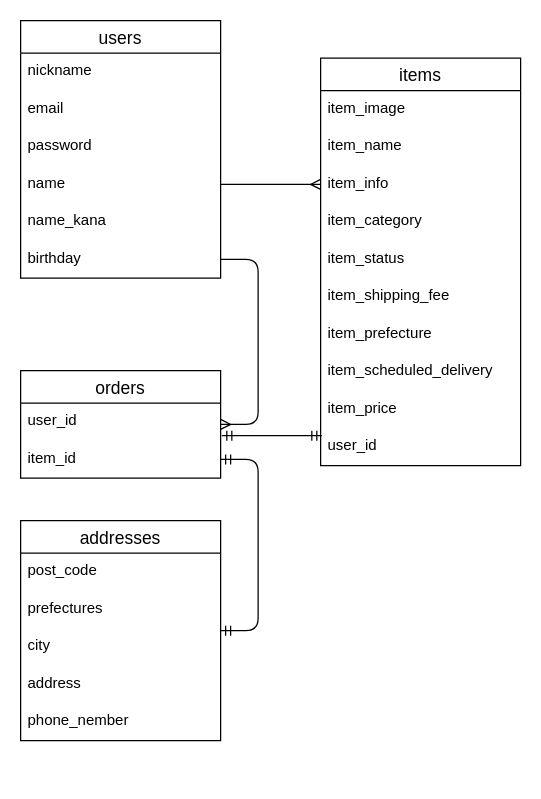
pipipik/furima-32873 keeps this draw.io diagram as test.dio. Above is the earlier version. Source tidied: cells renumbered, new cells numbered last; positions are measured from the earlier drawing's top-left corner, leaving out a move shared by most shapes. Both pictures are drawn from the tidied source at 125%, with x=0, y=0 at pixel (20, 20).
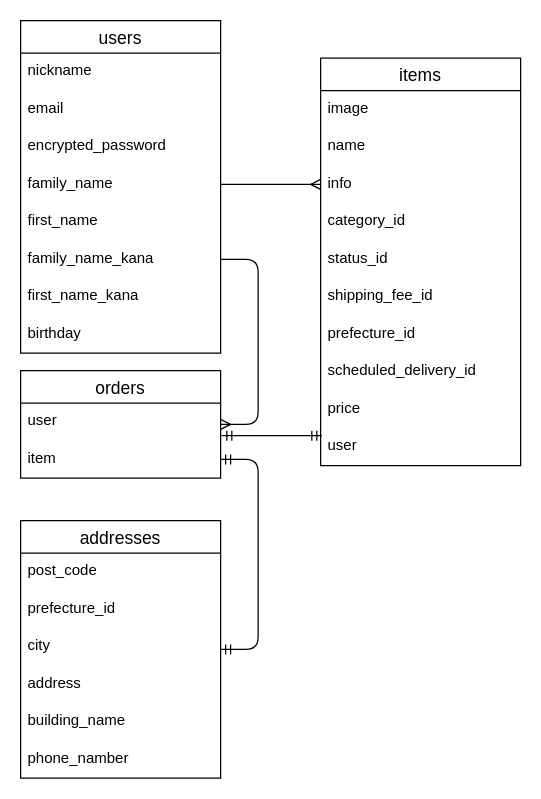
After the change.

Unchanged cells that the change refers to:
```xml
<mxCell id="9" value="items" style="swimlane;fontStyle=0;horizontal=1;startSize=26;align=center;fontSize=14;" parent="1" vertex="1">
  <mxGeometry x="240" y="30" width="160" height="326" as="geometry" />
</mxCell>
<mxCell id="20" value="orders" style="swimlane;fontStyle=0;horizontal=1;startSize=26;align=center;fontSize=14;" parent="1" vertex="1">
  <mxGeometry y="280" width="160" height="86" as="geometry" />
</mxCell>
```

Change to the diagram source:
```diff
@@
     <mxCell id="2" value="users" style="swimlane;fontStyle=0;horizontal=1;startSize=26;align=center;fontSize=14;" parent="1" vertex="1">
-      <mxGeometry width="160" height="206" as="geometry" />
+      <mxGeometry width="160" height="266" as="geometry" />
     </mxCell>
@@
-    <mxCell id="5" value="password" style="text;strokeColor=none;fillColor=none;spacingLeft=4;spacingRight=4;overflow=hidden;fontSize=12;" parent="2" vertex="1">
+    <mxCell id="5" value="encrypted_password" style="text;strokeColor=none;fillColor=none;spacingLeft=4;spacingRight=4;overflow=hidden;fontSize=12;" parent="2" vertex="1">
       <mxGeometry y="86" width="160" height="30" as="geometry" />
     </mxCell>
-    <mxCell id="6" value="name" style="text;strokeColor=none;fillColor=none;spacingLeft=4;spacingRight=4;overflow=hidden;points=[[0,0.5],[1,0.5]];portConstraint=eastwest;fontSize=12;" parent="2" vertex="1">
+    <mxCell id="6" value="family_name" style="text;strokeColor=none;fillColor=none;spacingLeft=4;spacingRight=4;overflow=hidden;points=[[0,0.5],[1,0.5]];portConstraint=eastwest;fontSize=12;" parent="2" vertex="1">
       <mxGeometry y="116" width="160" height="30" as="geometry" />
     </mxCell>
-    <mxCell id="7" value="name_kana" style="text;strokeColor=none;fillColor=none;spacingLeft=4;spacingRight=4;overflow=hidden;fontSize=12;" parent="2" vertex="1">
+    <mxCell id="7" value="first_name" style="text;strokeColor=none;fillColor=none;spacingLeft=4;spacingRight=4;overflow=hidden;fontSize=12;" parent="2" vertex="1">
       <mxGeometry y="146" width="160" height="30" as="geometry" />
     </mxCell>
-    <mxCell id="8" value="birthday" style="text;strokeColor=none;fillColor=none;spacingLeft=4;spacingRight=4;overflow=hidden;points=[[0,0.5],[1,0.5]];portConstraint=eastwest;fontSize=12;" parent="2" vertex="1">
+    <mxCell id="8" value="family_name_kana" style="text;strokeColor=none;fillColor=none;spacingLeft=4;spacingRight=4;overflow=hidden;points=[[0,0.5],[1,0.5]];portConstraint=eastwest;fontSize=12;" parent="2" vertex="1">
       <mxGeometry y="176" width="160" height="30" as="geometry" />
     </mxCell>
+    <mxCell id="33" value="first_name_kana" style="text;strokeColor=none;fillColor=none;spacingLeft=4;spacingRight=4;overflow=hidden;fontSize=12;" parent="2" vertex="1">
+      <mxGeometry y="206" width="160" height="30" as="geometry" />
+    </mxCell>
+    <mxCell id="34" value="birthday" style="text;strokeColor=none;fillColor=none;spacingLeft=4;spacingRight=4;overflow=hidden;fontSize=12;" parent="2" vertex="1">
+      <mxGeometry y="236" width="160" height="30" as="geometry" />
+    </mxCell>
@@
-    <mxCell id="10" value="item_image" style="text;strokeColor=none;fillColor=none;spacingLeft=4;spacingRight=4;overflow=hidden;fontSize=12;" parent="9" vertex="1">
+    <mxCell id="10" value="image" style="text;strokeColor=none;fillColor=none;spacingLeft=4;spacingRight=4;overflow=hidden;fontSize=12;" parent="9" vertex="1">
       <mxGeometry y="26" width="160" height="30" as="geometry" />
     </mxCell>
-    <mxCell id="11" value="item_name" style="text;strokeColor=none;fillColor=none;spacingLeft=4;spacingRight=4;overflow=hidden;fontSize=12;" parent="9" vertex="1">
+    <mxCell id="11" value="name" style="text;strokeColor=none;fillColor=none;spacingLeft=4;spacingRight=4;overflow=hidden;fontSize=12;" parent="9" vertex="1">
       <mxGeometry y="56" width="160" height="30" as="geometry" />
     </mxCell>
-    <mxCell id="12" value="item_info" style="text;strokeColor=none;fillColor=none;spacingLeft=4;spacingRight=4;overflow=hidden;points=[[0,0.5],[1,0.5]];portConstraint=eastwest;fontSize=12;" parent="9" vertex="1">
+    <mxCell id="12" value="info" style="text;strokeColor=none;fillColor=none;spacingLeft=4;spacingRight=4;overflow=hidden;points=[[0,0.5],[1,0.5]];portConstraint=eastwest;fontSize=12;" parent="9" vertex="1">
       <mxGeometry y="86" width="160" height="30" as="geometry" />
     </mxCell>
-    <mxCell id="13" value="item_category" style="text;strokeColor=none;fillColor=none;spacingLeft=4;spacingRight=4;overflow=hidden;fontSize=12;" parent="9" vertex="1">
+    <mxCell id="13" value="category_id" style="text;strokeColor=none;fillColor=none;spacingLeft=4;spacingRight=4;overflow=hidden;fontSize=12;" parent="9" vertex="1">
       <mxGeometry y="116" width="160" height="30" as="geometry" />
     </mxCell>
-    <mxCell id="14" value="item_status" style="text;strokeColor=none;fillColor=none;spacingLeft=4;spacingRight=4;overflow=hidden;fontSize=12;" parent="9" vertex="1">
+    <mxCell id="14" value="status_id" style="text;strokeColor=none;fillColor=none;spacingLeft=4;spacingRight=4;overflow=hidden;fontSize=12;" parent="9" vertex="1">
       <mxGeometry y="146" width="160" height="30" as="geometry" />
     </mxCell>
-    <mxCell id="15" value="item_shipping_fee" style="text;strokeColor=none;fillColor=none;spacingLeft=4;spacingRight=4;overflow=hidden;fontSize=12;" parent="9" vertex="1">
+    <mxCell id="15" value="shipping_fee_id" style="text;strokeColor=none;fillColor=none;spacingLeft=4;spacingRight=4;overflow=hidden;fontSize=12;" parent="9" vertex="1">
       <mxGeometry y="176" width="160" height="30" as="geometry" />
     </mxCell>
-    <mxCell id="16" value="item_prefecture" style="text;strokeColor=none;fillColor=none;spacingLeft=4;spacingRight=4;overflow=hidden;fontSize=12;" parent="9" vertex="1">
+    <mxCell id="16" value="prefecture_id" style="text;strokeColor=none;fillColor=none;spacingLeft=4;spacingRight=4;overflow=hidden;fontSize=12;" parent="9" vertex="1">
       <mxGeometry y="206" width="160" height="30" as="geometry" />
     </mxCell>
-    <mxCell id="17" value="item_scheduled_delivery" style="text;strokeColor=none;fillColor=none;spacingLeft=4;spacingRight=4;overflow=hidden;fontSize=12;" parent="9" vertex="1">
+    <mxCell id="17" value="scheduled_delivery_id" style="text;strokeColor=none;fillColor=none;spacingLeft=4;spacingRight=4;overflow=hidden;fontSize=12;" parent="9" vertex="1">
       <mxGeometry y="236" width="160" height="30" as="geometry" />
     </mxCell>
-    <mxCell id="18" value="item_price" style="text;strokeColor=none;fillColor=none;spacingLeft=4;spacingRight=4;overflow=hidden;fontSize=12;" parent="9" vertex="1">
+    <mxCell id="18" value="price" style="text;strokeColor=none;fillColor=none;spacingLeft=4;spacingRight=4;overflow=hidden;fontSize=12;" parent="9" vertex="1">
       <mxGeometry y="266" width="160" height="30" as="geometry" />
     </mxCell>
-    <mxCell id="19" value="user_id" style="text;strokeColor=none;fillColor=none;spacingLeft=4;spacingRight=4;overflow=hidden;points=[[0,0.5],[1,0.5]];portConstraint=eastwest;fontSize=12;" parent="9" vertex="1">
+    <mxCell id="19" value="user" style="text;strokeColor=none;fillColor=none;spacingLeft=4;spacingRight=4;overflow=hidden;points=[[0,0.5],[1,0.5]];portConstraint=eastwest;fontSize=12;" parent="9" vertex="1">
       <mxGeometry y="296" width="160" height="30" as="geometry" />
     </mxCell>
@@
-    <mxCell id="21" value="user_id" style="text;strokeColor=none;fillColor=none;spacingLeft=4;spacingRight=4;overflow=hidden;points=[[0,0.5],[1,0.5]];portConstraint=eastwest;fontSize=12;" parent="20" vertex="1">
+    <mxCell id="21" value="user" style="text;strokeColor=none;fillColor=none;spacingLeft=4;spacingRight=4;overflow=hidden;points=[[0,0.5],[1,0.5]];portConstraint=eastwest;fontSize=12;" parent="20" vertex="1">
       <mxGeometry y="26" width="160" height="30" as="geometry" />
     </mxCell>
-    <mxCell id="22" value="item_id" style="text;strokeColor=none;fillColor=none;spacingLeft=4;spacingRight=4;overflow=hidden;points=[[0,0.5],[1,0.5]];portConstraint=eastwest;fontSize=12;" parent="20" vertex="1">
+    <mxCell id="22" value="item" style="text;strokeColor=none;fillColor=none;spacingLeft=4;spacingRight=4;overflow=hidden;points=[[0,0.5],[1,0.5]];portConstraint=eastwest;fontSize=12;" parent="20" vertex="1">
       <mxGeometry y="56" width="160" height="30" as="geometry" />
     </mxCell>
     <mxCell id="23" value="addresses" style="swimlane;fontStyle=0;horizontal=1;startSize=26;align=center;fontSize=14;" parent="1" vertex="1">
-      <mxGeometry y="400" width="160" height="176" as="geometry" />
+      <mxGeometry y="400" width="160" height="206" as="geometry" />
     </mxCell>
@@
-    <mxCell id="25" value="prefectures" style="text;strokeColor=none;fillColor=none;spacingLeft=4;spacingRight=4;overflow=hidden;fontSize=12;" parent="23" vertex="1">
+    <mxCell id="25" value="prefecture_id" style="text;strokeColor=none;fillColor=none;spacingLeft=4;spacingRight=4;overflow=hidden;fontSize=12;" parent="23" vertex="1">
       <mxGeometry y="56" width="160" height="30" as="geometry" />
     </mxCell>
@@
-    <mxCell id="28" value="phone_nember" style="text;strokeColor=none;fillColor=none;spacingLeft=4;spacingRight=4;overflow=hidden;fontSize=12;" parent="23" vertex="1">
+    <mxCell id="28" value="building_name" style="text;strokeColor=none;fillColor=none;spacingLeft=4;spacingRight=4;overflow=hidden;fontSize=12;" parent="23" vertex="1">
       <mxGeometry y="146" width="160" height="30" as="geometry" />
     </mxCell>
+    <mxCell id="35" value="phone_namber" style="text;strokeColor=none;fillColor=none;spacingLeft=4;spacingRight=4;overflow=hidden;fontSize=12;" parent="23" vertex="1">
+      <mxGeometry y="176" width="160" height="30" as="geometry" />
+    </mxCell>
```
